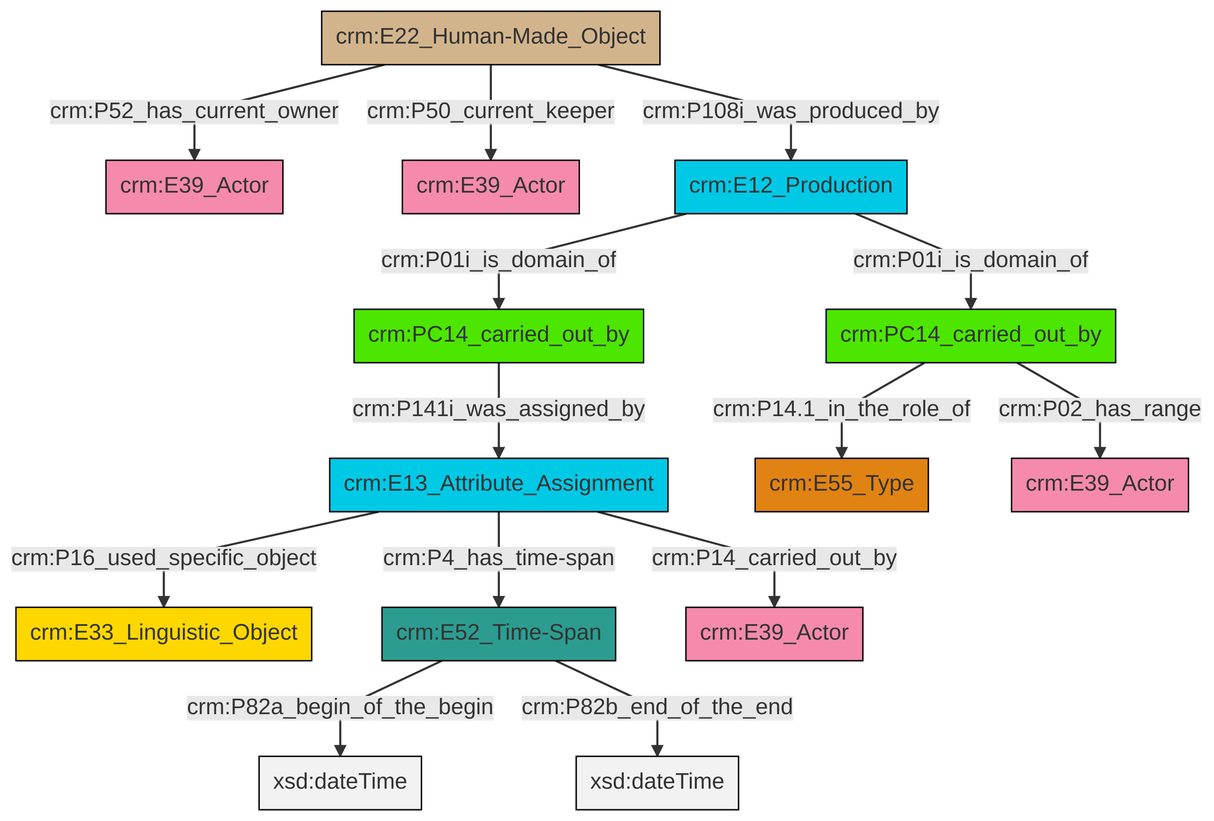
swiss-art-research-net/docs.swissartresearch keeps this Mermaid diagram as et/carrierCSV/ttl/mmd/png/carrier_relations.png. Above is the earlier version. Its source is kept beside it as et/carrierCSV/ttl/mmd/carrier_relations.ttl.mmd.
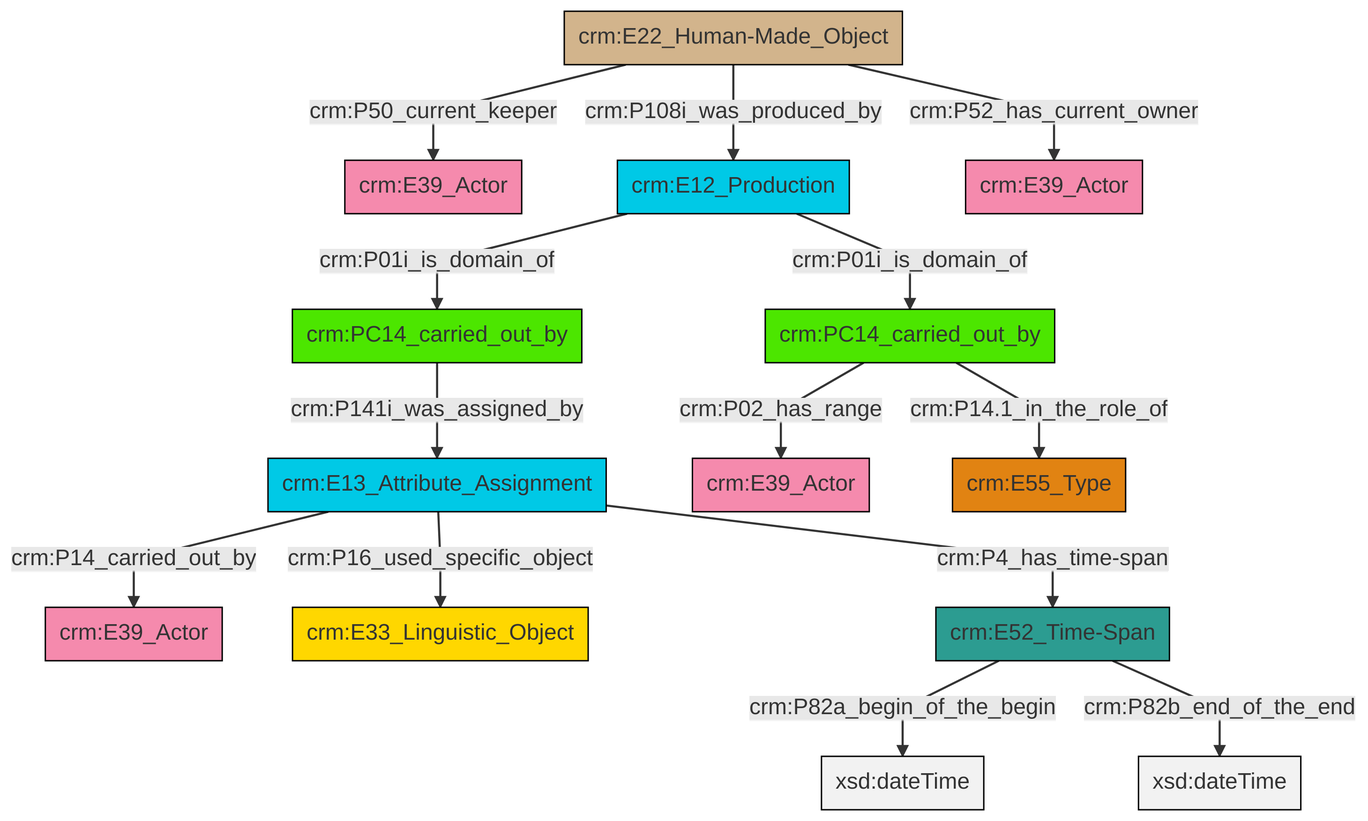
After the commit.

What changed in the source:
```diff
@@ -14,15 +14,15 @@
 classDef Multi fill:#cccccc,stroke:#000000;
 
 0["crm:E12_Production"]:::Temporal_Entity -->|crm:P01i_is_domain_of| 1["crm:PC14_carried_out_by"]:::PC_Classes
-2["crm:PC14_carried_out_by"]:::PC_Classes -->|crm:P14.1_in_the_role_of| 3["crm:E55_Type"]:::Type
-7["crm:E22_Human-Made_Object"]:::Physical_Thing -->|crm:P52_has_current_owner| 8["crm:E39_Actor"]:::Actor
-7["crm:E22_Human-Made_Object"]:::Physical_Thing -->|crm:P50_current_keeper| 12["crm:E39_Actor"]:::Actor
-5["crm:E52_Time-Span"]:::Time-Span -->|crm:P82a_begin_of_the_begin| 13[xsd:dateTime]:::Literal
-1["crm:PC14_carried_out_by"]:::PC_Classes -->|crm:P141i_was_assigned_by| 14["crm:E13_Attribute_Assignment"]:::Temporal_Entity
-0["crm:E12_Production"]:::Temporal_Entity -->|crm:P01i_is_domain_of| 2["crm:PC14_carried_out_by"]:::PC_Classes
-7["crm:E22_Human-Made_Object"]:::Physical_Thing -->|crm:P108i_was_produced_by| 0["crm:E12_Production"]:::Temporal_Entity
-14["crm:E13_Attribute_Assignment"]:::Temporal_Entity -->|crm:P16_used_specific_object| 20["crm:E33_Linguistic_Object"]:::Conceptual_Object
-14["crm:E13_Attribute_Assignment"]:::Temporal_Entity -->|crm:P4_has_time-span| 5["crm:E52_Time-Span"]:::Time-Span
-5["crm:E52_Time-Span"]:::Time-Span -->|crm:P82b_end_of_the_end| 22[xsd:dateTime]:::Literal
-14["crm:E13_Attribute_Assignment"]:::Temporal_Entity -->|crm:P14_carried_out_by| 10["crm:E39_Actor"]:::Actor
-2["crm:PC14_carried_out_by"]:::PC_Classes -->|crm:P02_has_range| 18["crm:E39_Actor"]:::Actor
+8["crm:E22_Human-Made_Object"]:::Physical_Thing -->|crm:P50_current_keeper| 9["crm:E39_Actor"]:::Actor
+8["crm:E22_Human-Made_Object"]:::Physical_Thing -->|crm:P108i_was_produced_by| 0["crm:E12_Production"]:::Temporal_Entity
+8["crm:E22_Human-Made_Object"]:::Physical_Thing -->|crm:P52_has_current_owner| 13["crm:E39_Actor"]:::Actor
+15["crm:E52_Time-Span"]:::Time-Span -->|crm:P82a_begin_of_the_begin| 17[xsd:dateTime]:::Literal
+1["crm:PC14_carried_out_by"]:::PC_Classes -->|crm:P141i_was_assigned_by| 10["crm:E13_Attribute_Assignment"]:::Temporal_Entity
+6["crm:PC14_carried_out_by"]:::PC_Classes -->|crm:P02_has_range| 4["crm:E39_Actor"]:::Actor
+10["crm:E13_Attribute_Assignment"]:::Temporal_Entity -->|crm:P14_carried_out_by| 18["crm:E39_Actor"]:::Actor
+15["crm:E52_Time-Span"]:::Time-Span -->|crm:P82b_end_of_the_end| 19[xsd:dateTime]:::Literal
+6["crm:PC14_carried_out_by"]:::PC_Classes -->|crm:P14.1_in_the_role_of| 20["crm:E55_Type"]:::Type
+10["crm:E13_Attribute_Assignment"]:::Temporal_Entity -->|crm:P16_used_specific_object| 2["crm:E33_Linguistic_Object"]:::Conceptual_Object
+0["crm:E12_Production"]:::Temporal_Entity -->|crm:P01i_is_domain_of| 6["crm:PC14_carried_out_by"]:::PC_Classes
+10["crm:E13_Attribute_Assignment"]:::Temporal_Entity -->|crm:P4_has_time-span| 15["crm:E52_Time-Span"]:::Time-Span
```
